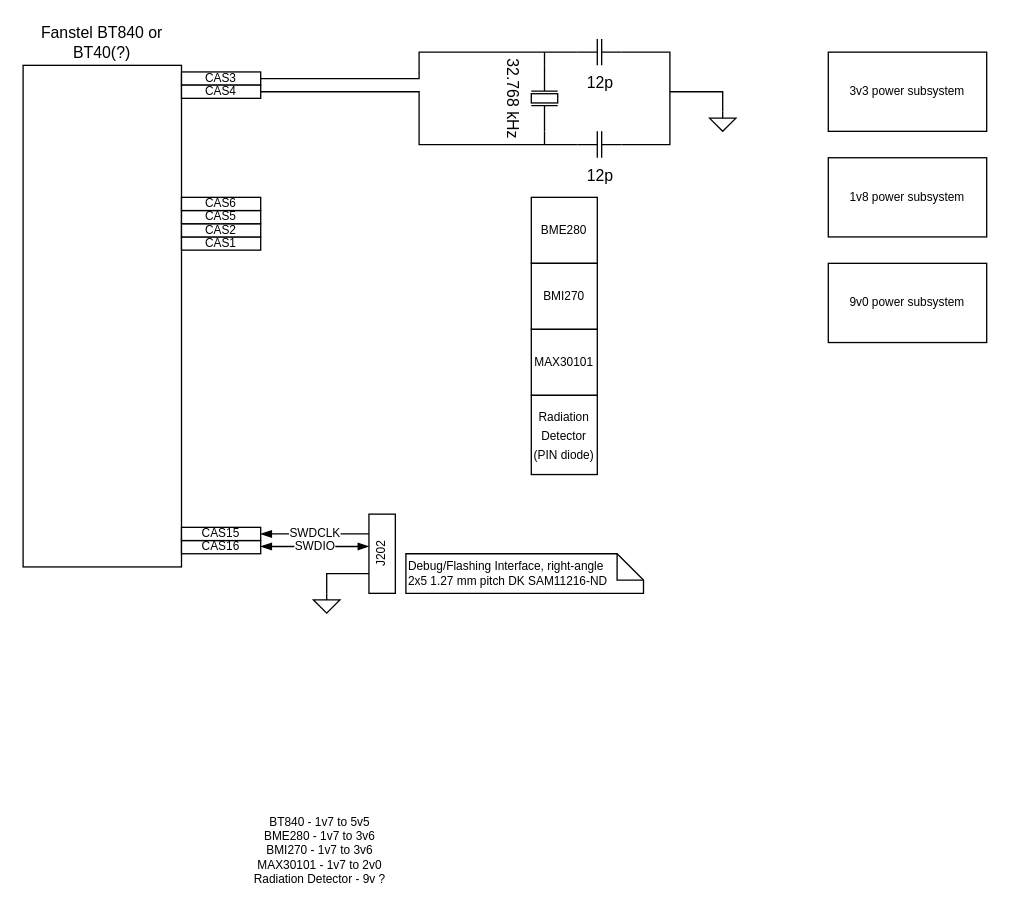
Before: docs/SmartWatchBlockDiagram.drawio in StevenKnudsen/LowPowerLEDSmartWatch, a draw.io diagram. Source tidied: cells renumbered, new cells numbered last; positions are measured from the earlier drawing's top-left corner, leaving out a move shared by most shapes. Both pictures are drawn from the tidied source at 132%, with x=0, y=0 at pixel (22, 38).
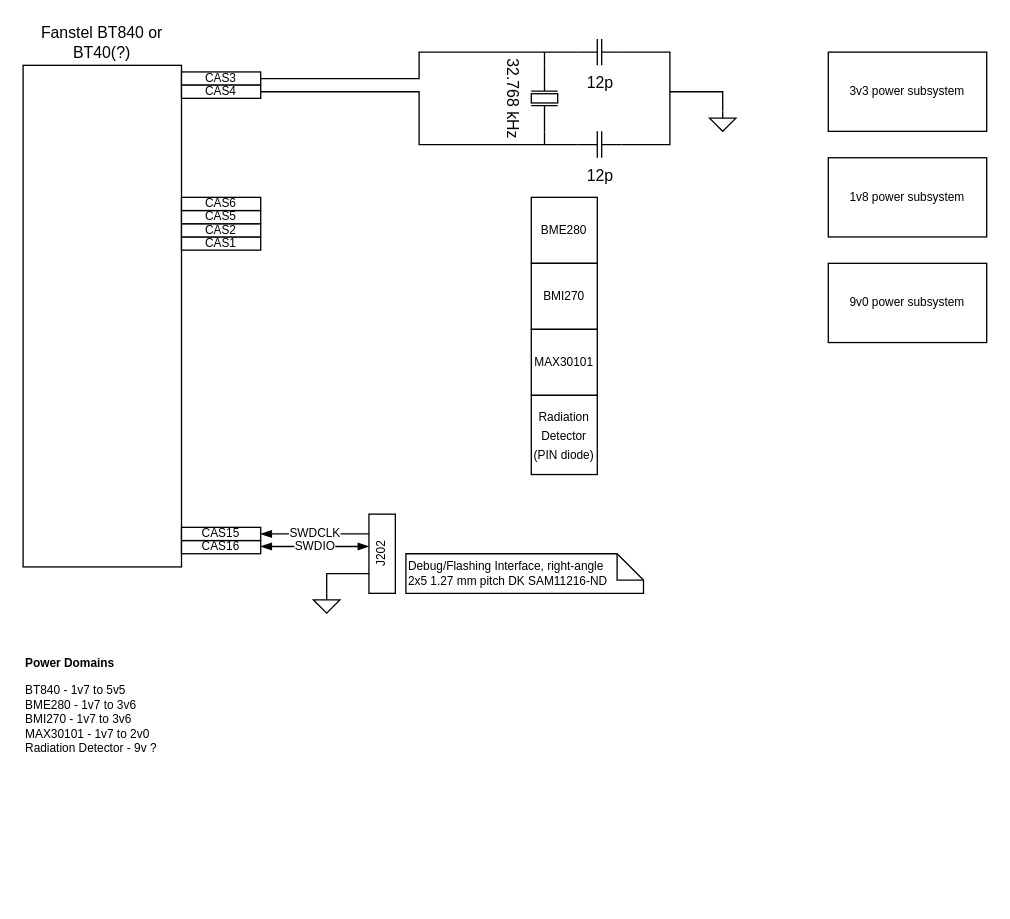
The same diagram, later.

What changed in the source:
```diff
@@
-    <mxCell id="33" value="BT840 - 1v7 to 5v5&lt;br&gt;BME280 - 1v7 to 3v6&lt;br&gt;BMI270 - 1v7 to 3v6&lt;br&gt;MAX30101 - 1v7 to 2v0&lt;br&gt;Radiation Detector - 9v ?" style="text;html=1;strokeColor=none;fillColor=none;align=center;verticalAlign=middle;whiteSpace=wrap;rounded=0;fontSize=9;" parent="1" vertex="1">
-      <mxGeometry x="160" y="580" width="130" height="70" as="geometry" />
+    <mxCell id="33" value="&lt;b&gt;Power Domains&lt;br&gt;&lt;/b&gt;&lt;br&gt;BT840 - 1v7 to 5v5&lt;br&gt;BME280 - 1v7 to 3v6&lt;br&gt;BMI270 - 1v7 to 3v6&lt;br&gt;MAX30101 - 1v7 to 2v0&lt;br&gt;Radiation Detector - 9v ?" style="text;html=1;strokeColor=none;fillColor=none;align=left;verticalAlign=middle;whiteSpace=wrap;rounded=0;fontSize=9;" parent="1" vertex="1">
+      <mxGeometry y="470" width="130" height="70" as="geometry" />
     </mxCell>
```
